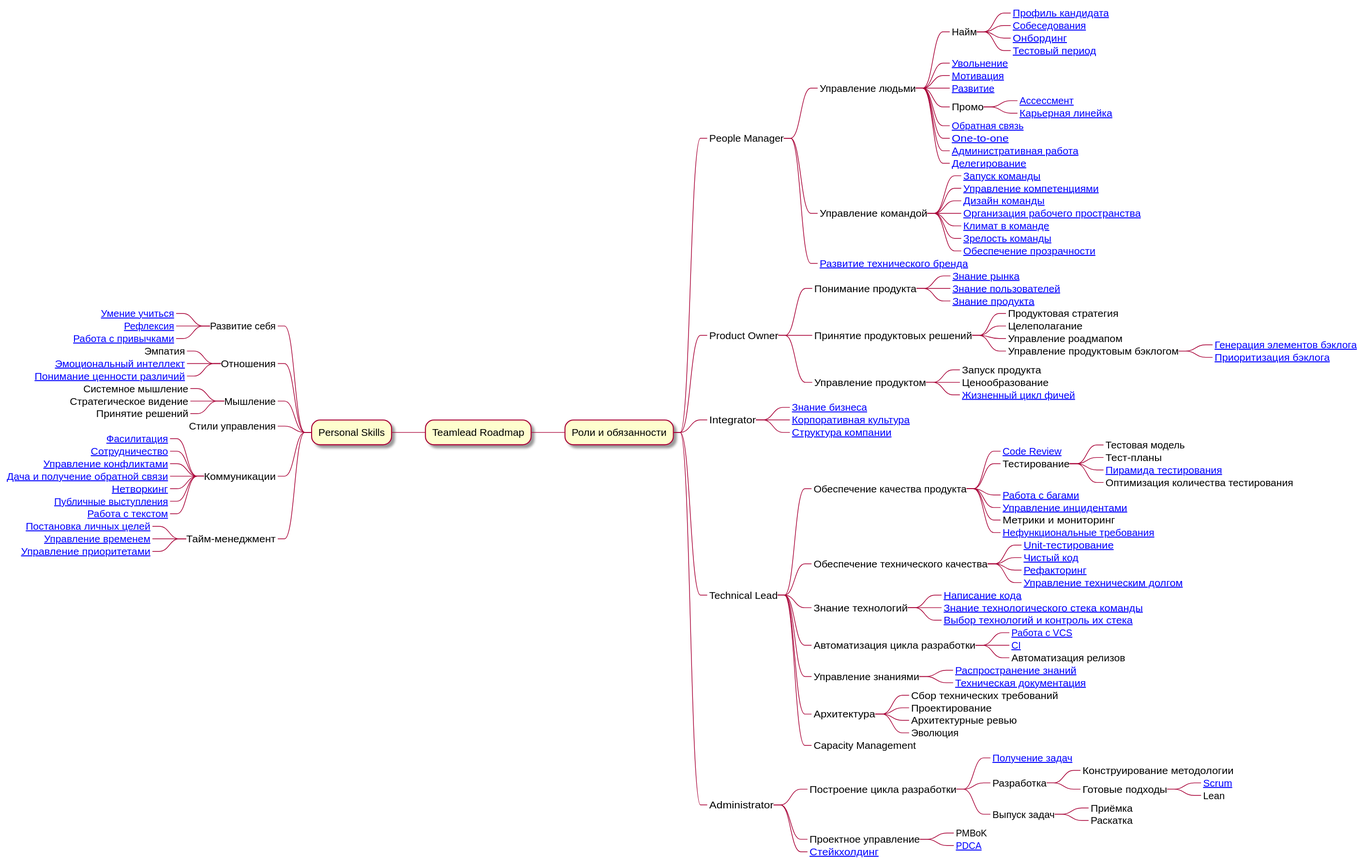
tlbootcamp/tlroadmap keeps this PlantUML diagram as roadmap.svg. Above is the earlier version.
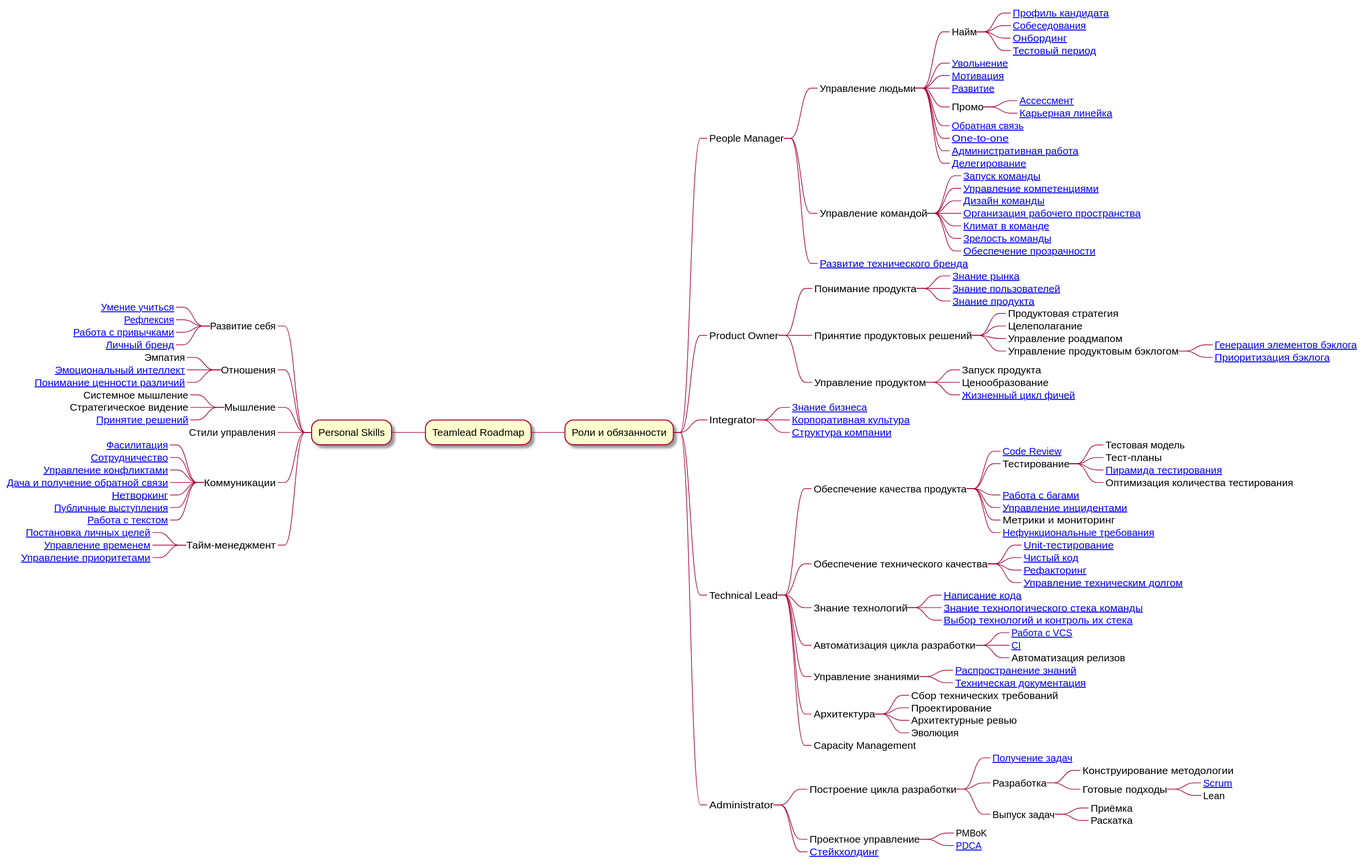
The same file after the commit.

Diff of the diagram source:
```diff
@@ -104,6 +104,7 @@
 ****_ [[https://github.com/tlbootcamp/tlroadmap/blob/master/skills/self-improvement/learning.md Умение учиться]]
 ****_ [[https://github.com/tlbootcamp/tlroadmap/blob/master/skills/self-improvement/reflection.md Рефлексия]]
 ****_ [[https://github.com/tlbootcamp/tlroadmap/blob/master/skills/self-improvement/habits.md Работа с привычками]]
+****_ [[https://github.com/tlbootcamp/tlroadmap/blob/master/skills/self-improvement/personal-brand.md Личный бренд]]
 ***_ Отношения
 ****_ Эмпатия
 ****_ [[https://github.com/tlbootcamp/tlroadmap/blob/master/skills/self-improvement/emotional-intelligence.md Эмоциональный интеллект]]
@@ -111,7 +112,7 @@
 ***_ Мышление
 ****_ Системное мышление
 ****_ Стратегическое видение
-****_ Принятие решений
+****_ [[https://github.com/tlbootcamp/tlroadmap/blob/master/skills/self-improvement/decision-making.md Принятие решений]]
 ***_ Стили управления
 ***_ Коммуникации
 ****_ [[https://github.com/tlbootcamp/tlroadmap/blob/master/skills/self-improvement/facilitation.md Фасилитация]]
```
